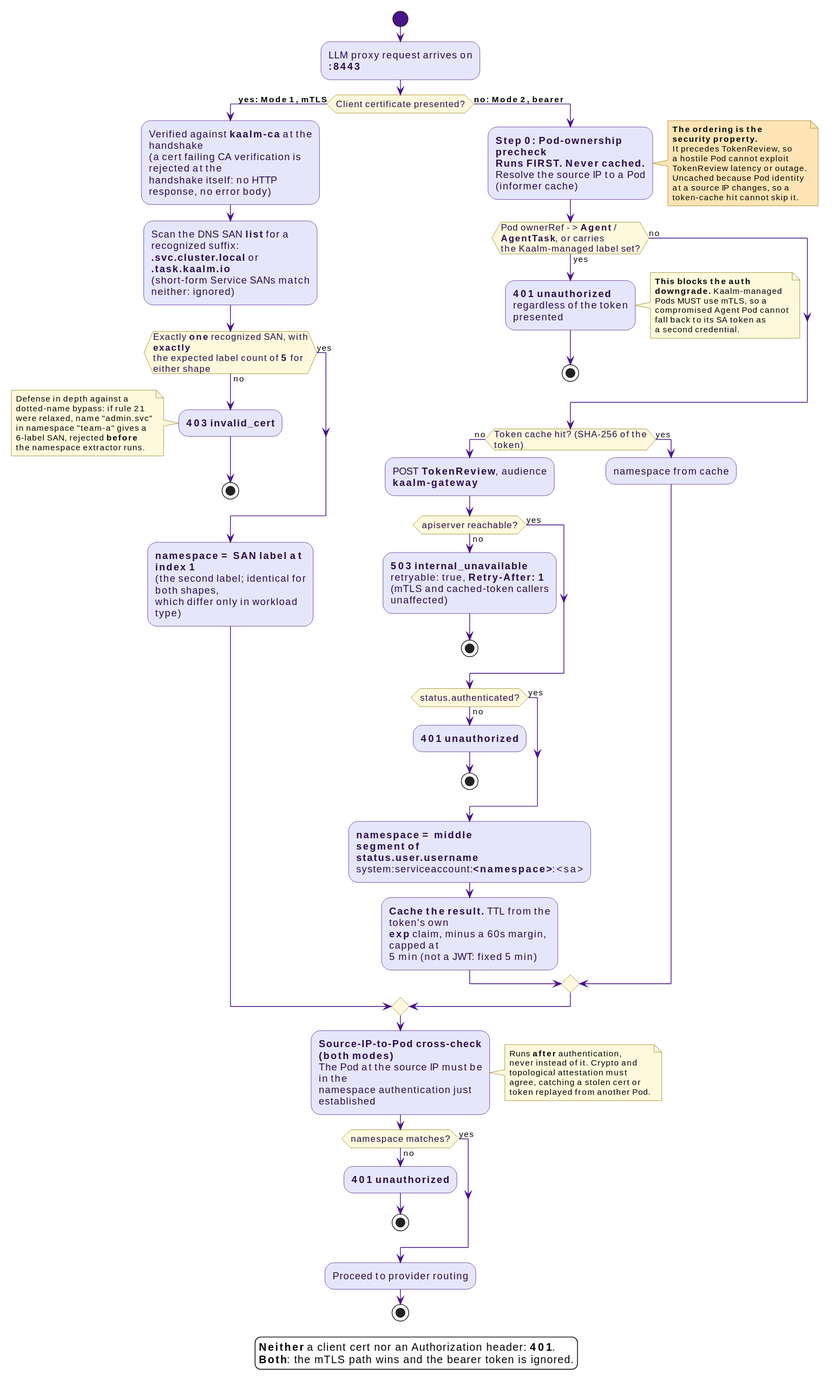
This is docs/src/diagrams/workload-auth-modes.svg from win07xp/kaalm, a PlantUML export, as it was before one commit. Its diagram source:
```plantuml
@startuml
!include _style.puml

start
:LLM proxy request arrives on **:8443**;

if (Client certificate presented?) then (**yes: Mode 1, mTLS**)

  :Verified against **kaalm-ca** at the handshake\n(a cert failing CA verification is rejected at the\nhandshake itself: no HTTP response, no error body);

  :Scan the DNS SAN **list** for a recognized suffix:\n**.svc.cluster.local** or **.task.kaalm.io**\n(short-form Service SANs match neither: ignored);

  if (Exactly **one** recognized SAN, with **exactly**\nthe expected label count of **5** for either shape) then (no)
    :**403 invalid_cert**;
    note left
      Defense in depth against a
      dotted-name bypass: if rule 21
      were relaxed, name "admin.svc"
      in namespace "team-a" gives a
      6-label SAN, rejected **before**
      the namespace extractor runs.
    end note
    stop
  else (yes)
  endif

  :**namespace = SAN label at index 1**\n(the second label; identical for both shapes,\nwhich differ only in workload type);

else (**no: Mode 2, bearer**)

  :**Step 0: Pod-ownership precheck**\n**Runs FIRST. Never cached.**\nResolve the source IP to a Pod (informer cache);
  note right #FFE4B5
    **The ordering is the**
    **security property.**
    It precedes TokenReview, so
    a hostile Pod cannot exploit
    TokenReview latency or outage.
    Uncached because Pod identity
    at a source IP changes, so a
    token-cache hit cannot skip it.
  end note

  if (Pod ownerRef -> **Agent** / **AgentTask**, or carries\nthe Kaalm-managed label set?) then (yes)
    :**401 unauthorized**\nregardless of the token presented;
    note right
      **This blocks the auth**
      **downgrade.** Kaalm-managed
      Pods MUST use mTLS, so a
      compromised Agent Pod cannot
      fall back to its SA token as
      a second credential.
    end note
    stop
  else (no)
  endif

  if (Token cache hit? (SHA-256 of the token)) then (no)
    :POST **TokenReview**, audience **kaalm-gateway**;

    if (apiserver reachable?) then (no)
      :**503 internal_unavailable**\nretryable: true, **Retry-After: 1**\n(mTLS and cached-token callers unaffected);
      stop
    else (yes)
    endif

    if (status.authenticated?) then (no)
      :**401 unauthorized**;
      stop
    else (yes)
    endif

    :**namespace = middle segment of**\n**status.user.username**\nsystem:serviceaccount:**<namespace>**:<sa>;
    :**Cache the result.** TTL from the token's own\n**exp** claim, minus a 60s margin, capped at\n5 min (not a JWT: fixed 5 min);
  else (yes)
    :namespace from cache;
  endif
endif

:**Source-IP-to-Pod cross-check (both modes)**\nThe Pod at the source IP must be in the\nnamespace authentication just established;
note right
  Runs **after** authentication,
  never instead of it. Crypto and
  topological attestation must
  agree, catching a stolen cert or
  token replayed from another Pod.
end note

if (namespace matches?) then (no)
  :**401 unauthorized**;
  stop
else (yes)
endif

:Proceed to provider routing;
stop

legend bottom
  **Neither** a client cert nor an Authorization header: **401**.
  **Both**: the mTLS path wins and the bearer token is ignored.
endlegend
@enduml
```
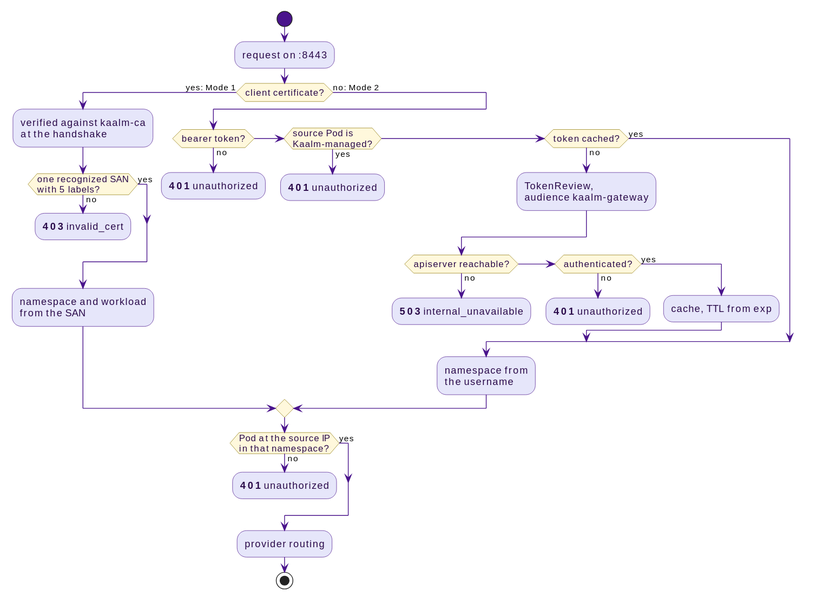
After the commit.

What changed in the source:
```diff
@@ -2,100 +2,42 @@
 !include _style.puml
 
 start
-:LLM proxy request arrives on **:8443**;
-
-if (Client certificate presented?) then (**yes: Mode 1, mTLS**)
-
-  :Verified against **kaalm-ca** at the handshake\n(a cert failing CA verification is rejected at the\nhandshake itself: no HTTP response, no error body);
-
-  :Scan the DNS SAN **list** for a recognized suffix:\n**.svc.cluster.local** or **.task.kaalm.io**\n(short-form Service SANs match neither: ignored);
-
-  if (Exactly **one** recognized SAN, with **exactly**\nthe expected label count of **5** for either shape) then (no)
-    :**403 invalid_cert**;
-    note left
-      Defense in depth against a
-      dotted-name bypass: if rule 21
-      were relaxed, name "admin.svc"
-      in namespace "team-a" gives a
-      6-label SAN, rejected **before**
-      the namespace extractor runs.
-    end note
-    stop
+:request on :8443;
+if (client certificate?) then (yes: Mode 1)
+  :verified against kaalm-ca\nat the handshake;
+  if (one recognized SAN\nwith 5 labels?) then (no)
+    :**403** invalid_cert;
+    kill
   else (yes)
   endif
-
-  :**namespace = SAN label at index 1**\n(the second label; identical for both shapes,\nwhich differ only in workload type);
-
-else (**no: Mode 2, bearer**)
-
-  :**Step 0: Pod-ownership precheck**\n**Runs FIRST. Never cached.**\nResolve the source IP to a Pod (informer cache);
-  note right #FFE4B5
-    **The ordering is the**
-    **security property.**
-    It precedes TokenReview, so
-    a hostile Pod cannot exploit
-    TokenReview latency or outage.
-    Uncached because Pod identity
-    at a source IP changes, so a
-    token-cache hit cannot skip it.
-  end note
-
-  if (Pod ownerRef -> **Agent** / **AgentTask**, or carries\nthe Kaalm-managed label set?) then (yes)
-    :**401 unauthorized**\nregardless of the token presented;
-    note right
-      **This blocks the auth**
-      **downgrade.** Kaalm-managed
-      Pods MUST use mTLS, so a
-      compromised Agent Pod cannot
-      fall back to its SA token as
-      a second credential.
-    end note
-    stop
-  else (no)
+  :namespace and workload\nfrom the SAN;
+else (no: Mode 2)
+  if (bearer token?) then (no)
+    :**401** unauthorized;
+    kill
+  elseif (source Pod is\nKaalm-managed?) then (yes)
+    :**401** unauthorized;
+    kill
+  elseif (token cached?) then (no)
+    :TokenReview,\naudience kaalm-gateway;
+    if (apiserver reachable?) then (no)
+      :**503** internal_unavailable;
+      kill
+    elseif (authenticated?) then (no)
+      :**401** unauthorized;
+      kill
+    else (yes)
+      :cache, TTL from exp;
+    endif
+  else (yes)
   endif
-
-  if (Token cache hit? (SHA-256 of the token)) then (no)
-    :POST **TokenReview**, audience **kaalm-gateway**;
-
-    if (apiserver reachable?) then (no)
-      :**503 internal_unavailable**\nretryable: true, **Retry-After: 1**\n(mTLS and cached-token callers unaffected);
-      stop
-    else (yes)
-    endif
-
-    if (status.authenticated?) then (no)
-      :**401 unauthorized**;
-      stop
-    else (yes)
-    endif
-
-    :**namespace = middle segment of**\n**status.user.username**\nsystem:serviceaccount:**<namespace>**:<sa>;
-    :**Cache the result.** TTL from the token's own\n**exp** claim, minus a 60s margin, capped at\n5 min (not a JWT: fixed 5 min);
-  else (yes)
-    :namespace from cache;
-  endif
+  :namespace from\nthe username;
 endif
-
-:**Source-IP-to-Pod cross-check (both modes)**\nThe Pod at the source IP must be in the\nnamespace authentication just established;
-note right
-  Runs **after** authentication,
-  never instead of it. Crypto and
-  topological attestation must
-  agree, catching a stolen cert or
-  token replayed from another Pod.
-end note
-
-if (namespace matches?) then (no)
-  :**401 unauthorized**;
-  stop
+if (Pod at the source IP\nin that namespace?) then (no)
+  :**401** unauthorized;
+  kill
 else (yes)
 endif
-
-:Proceed to provider routing;
+:provider routing;
 stop
-
-legend bottom
-  **Neither** a client cert nor an Authorization header: **401**.
-  **Both**: the mTLS path wins and the bearer token is ignored.
-endlegend
 @enduml
```
